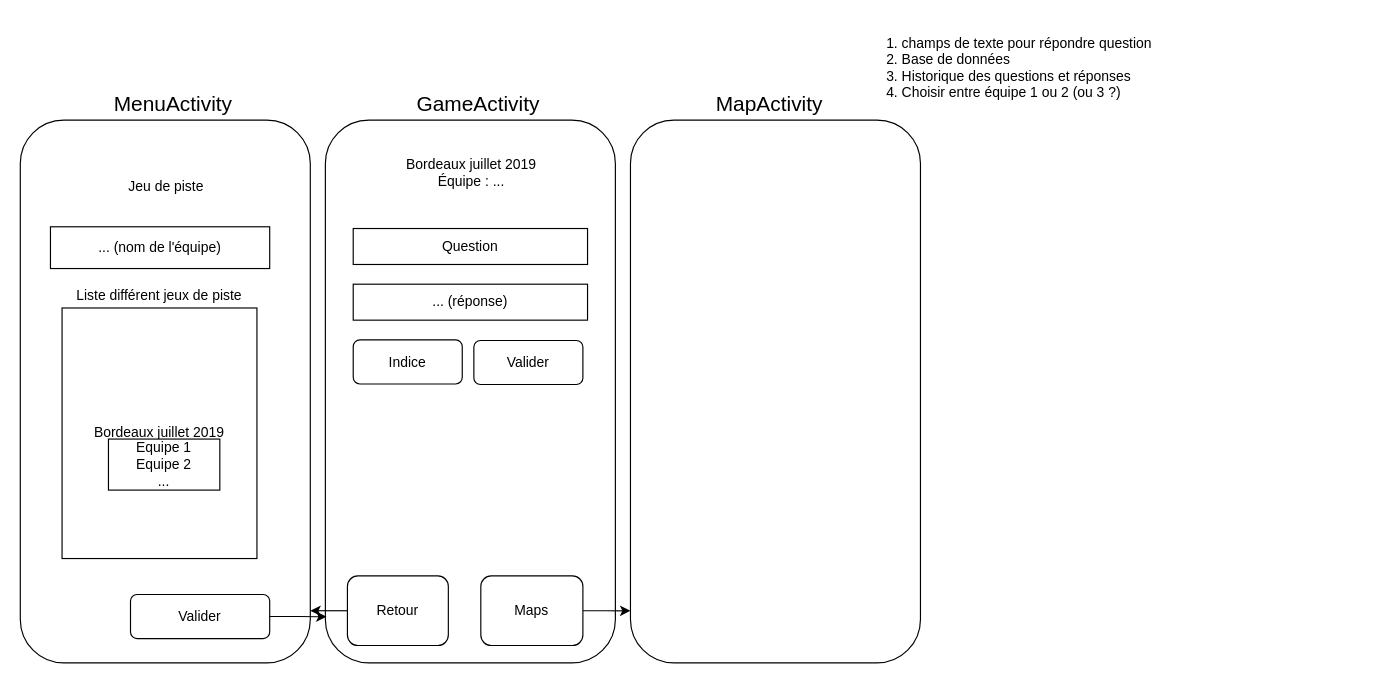
Above: Diagramme_IHM.drawio in Staphir/jeu_de_piste (draw.io), before the change. Source tidied: cells renumbered, new cells numbered last; positions are measured from the earlier drawing's top-left corner, leaving out a move shared by most shapes. Both pictures are drawn from the tidied source at 116%, with x=0, y=0 at pixel (20, 21).
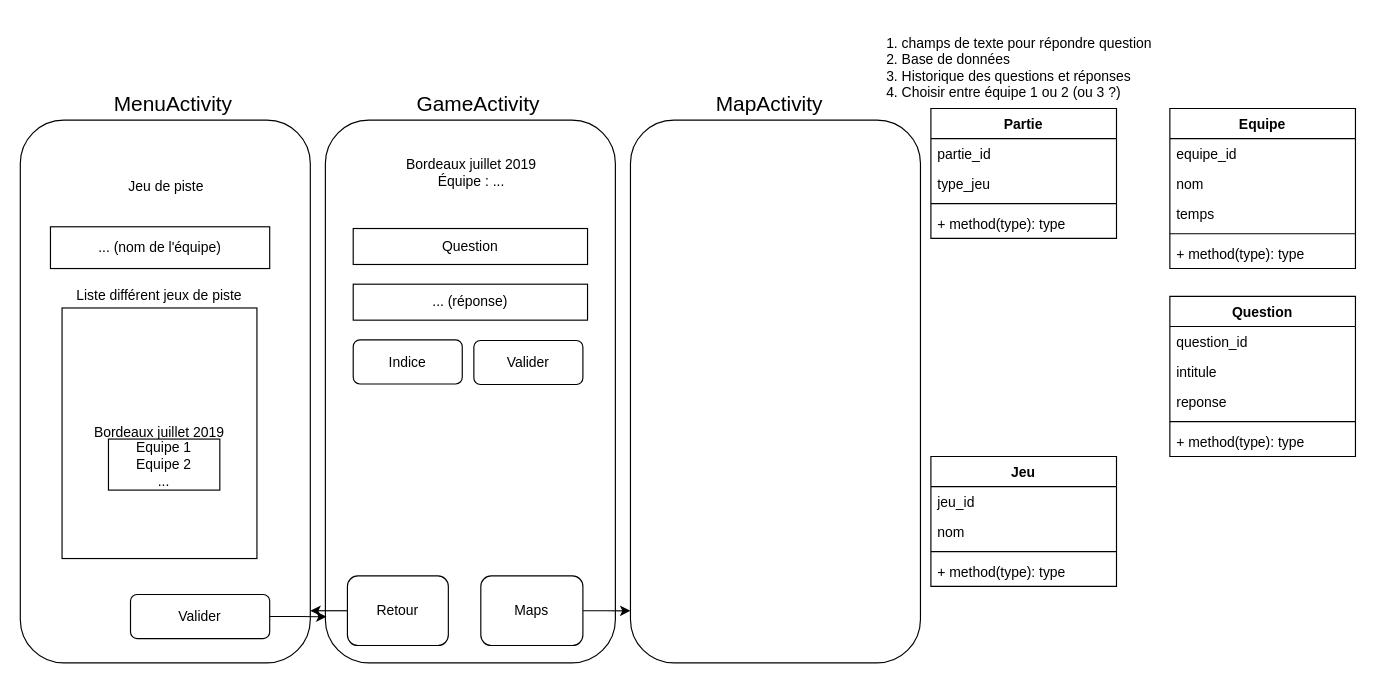
The same diagram, later.

What changed in the source:
```diff
@@
+    <mxCell id="25" value="Partie" style="swimlane;fontStyle=1;align=center;verticalAlign=top;horizontal=1;startSize=26;" parent="1" vertex="1">
+      <mxGeometry x="785" y="75" width="160" height="112" as="geometry" />
+    </mxCell>
+    <mxCell id="26" value="partie_id" style="text;strokeColor=none;fillColor=none;align=left;verticalAlign=top;spacingLeft=4;spacingRight=4;overflow=hidden;" parent="25" vertex="1">
+      <mxGeometry y="26" width="160" height="26" as="geometry" />
+    </mxCell>
+    <mxCell id="27" value="type_jeu" style="text;strokeColor=none;fillColor=none;align=left;verticalAlign=top;spacingLeft=4;spacingRight=4;overflow=hidden;" parent="25" vertex="1">
+      <mxGeometry y="52" width="160" height="26" as="geometry" />
+    </mxCell>
+    <mxCell id="28" style="line;strokeWidth=1;fillColor=none;align=left;verticalAlign=middle;spacingTop=-1;spacingLeft=3;spacingRight=3;labelPosition=right;" parent="25" vertex="1">
+      <mxGeometry y="78" width="160" height="8" as="geometry" />
+    </mxCell>
+    <mxCell id="29" value="+ method(type): type" style="text;strokeColor=none;fillColor=none;align=left;verticalAlign=top;spacingLeft=4;spacingRight=4;overflow=hidden;" parent="25" vertex="1">
+      <mxGeometry y="86" width="160" height="26" as="geometry" />
+    </mxCell>
+    <mxCell id="30" value="Equipe" style="swimlane;fontStyle=1;align=center;verticalAlign=top;horizontal=1;startSize=26;" parent="1" vertex="1">
+      <mxGeometry x="991" y="75" width="160" height="138" as="geometry" />
+    </mxCell>
+    <mxCell id="31" value="equipe_id" style="text;strokeColor=none;fillColor=none;align=left;verticalAlign=top;spacingLeft=4;spacingRight=4;overflow=hidden;" parent="30" vertex="1">
+      <mxGeometry y="26" width="160" height="26" as="geometry" />
+    </mxCell>
+    <mxCell id="32" value="nom" style="text;strokeColor=none;fillColor=none;align=left;verticalAlign=top;spacingLeft=4;spacingRight=4;overflow=hidden;" parent="30" vertex="1">
+      <mxGeometry y="52" width="160" height="26" as="geometry" />
+    </mxCell>
+    <mxCell id="33" value="temps" style="text;strokeColor=none;fillColor=none;align=left;verticalAlign=top;spacingLeft=4;spacingRight=4;overflow=hidden;" parent="30" vertex="1">
+      <mxGeometry y="78" width="160" height="26" as="geometry" />
+    </mxCell>
+    <mxCell id="34" style="line;strokeWidth=1;fillColor=none;align=left;verticalAlign=middle;spacingTop=-1;spacingLeft=3;spacingRight=3;labelPosition=right;" parent="30" vertex="1">
+      <mxGeometry y="104" width="160" height="8" as="geometry" />
+    </mxCell>
+    <mxCell id="35" value="+ method(type): type" style="text;strokeColor=none;fillColor=none;align=left;verticalAlign=top;spacingLeft=4;spacingRight=4;overflow=hidden;" parent="30" vertex="1">
+      <mxGeometry y="112" width="160" height="26" as="geometry" />
+    </mxCell>
+    <mxCell id="36" value="Jeu" style="swimlane;fontStyle=1;align=center;verticalAlign=top;horizontal=1;startSize=26;" parent="1" vertex="1">
+      <mxGeometry x="785" y="375" width="160" height="112" as="geometry" />
+    </mxCell>
+    <mxCell id="37" value="jeu_id" style="text;strokeColor=none;fillColor=none;align=left;verticalAlign=top;spacingLeft=4;spacingRight=4;overflow=hidden;" parent="36" vertex="1">
+      <mxGeometry y="26" width="160" height="26" as="geometry" />
+    </mxCell>
+    <mxCell id="38" value="nom" style="text;strokeColor=none;fillColor=none;align=left;verticalAlign=top;spacingLeft=4;spacingRight=4;overflow=hidden;" parent="36" vertex="1">
+      <mxGeometry y="52" width="160" height="26" as="geometry" />
+    </mxCell>
+    <mxCell id="39" style="line;strokeWidth=1;fillColor=none;align=left;verticalAlign=middle;spacingTop=-1;spacingLeft=3;spacingRight=3;labelPosition=right;" parent="36" vertex="1">
+      <mxGeometry y="78" width="160" height="8" as="geometry" />
+    </mxCell>
+    <mxCell id="40" value="+ method(type): type" style="text;strokeColor=none;fillColor=none;align=left;verticalAlign=top;spacingLeft=4;spacingRight=4;overflow=hidden;" parent="36" vertex="1">
+      <mxGeometry y="86" width="160" height="26" as="geometry" />
+    </mxCell>
+    <mxCell id="41" value="Question" style="swimlane;fontStyle=1;align=center;verticalAlign=top;horizontal=1;startSize=26;" parent="1" vertex="1">
+      <mxGeometry x="991" y="237" width="160" height="138" as="geometry" />
+    </mxCell>
+    <mxCell id="42" value="question_id" style="text;strokeColor=none;fillColor=none;align=left;verticalAlign=top;spacingLeft=4;spacingRight=4;overflow=hidden;" parent="41" vertex="1">
+      <mxGeometry y="26" width="160" height="26" as="geometry" />
+    </mxCell>
+    <mxCell id="43" value="intitule" style="text;strokeColor=none;fillColor=none;align=left;verticalAlign=top;spacingLeft=4;spacingRight=4;overflow=hidden;" parent="41" vertex="1">
+      <mxGeometry y="52" width="160" height="26" as="geometry" />
+    </mxCell>
+    <mxCell id="44" value="reponse" style="text;strokeColor=none;fillColor=none;align=left;verticalAlign=top;spacingLeft=4;spacingRight=4;overflow=hidden;" parent="41" vertex="1">
+      <mxGeometry y="78" width="160" height="26" as="geometry" />
+    </mxCell>
+    <mxCell id="45" style="line;strokeWidth=1;fillColor=none;align=left;verticalAlign=middle;spacingTop=-1;spacingLeft=3;spacingRight=3;labelPosition=right;" parent="41" vertex="1">
+      <mxGeometry y="104" width="160" height="8" as="geometry" />
+    </mxCell>
+    <mxCell id="46" value="+ method(type): type" style="text;strokeColor=none;fillColor=none;align=left;verticalAlign=top;spacingLeft=4;spacingRight=4;overflow=hidden;" parent="41" vertex="1">
+      <mxGeometry y="112" width="160" height="26" as="geometry" />
+    </mxCell>
```
